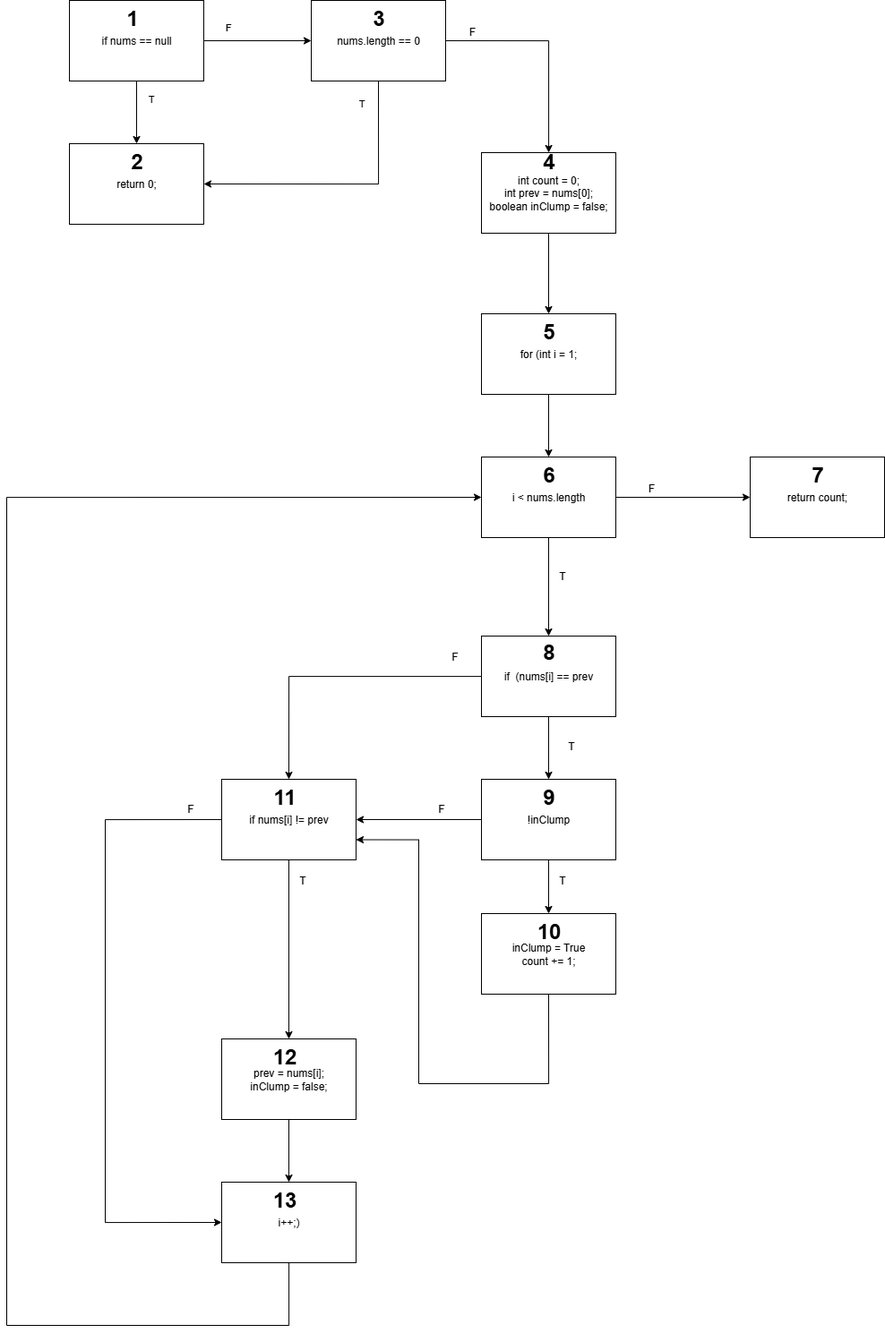
Above: Lab7/CFG.png in Nezuccho/lab_cp353201 (draw.io), before the change. Source tidied: cells renumbered, new cells last; positions are measured from the earlier drawing's top-left corner, leaving out a move shared by most shapes.
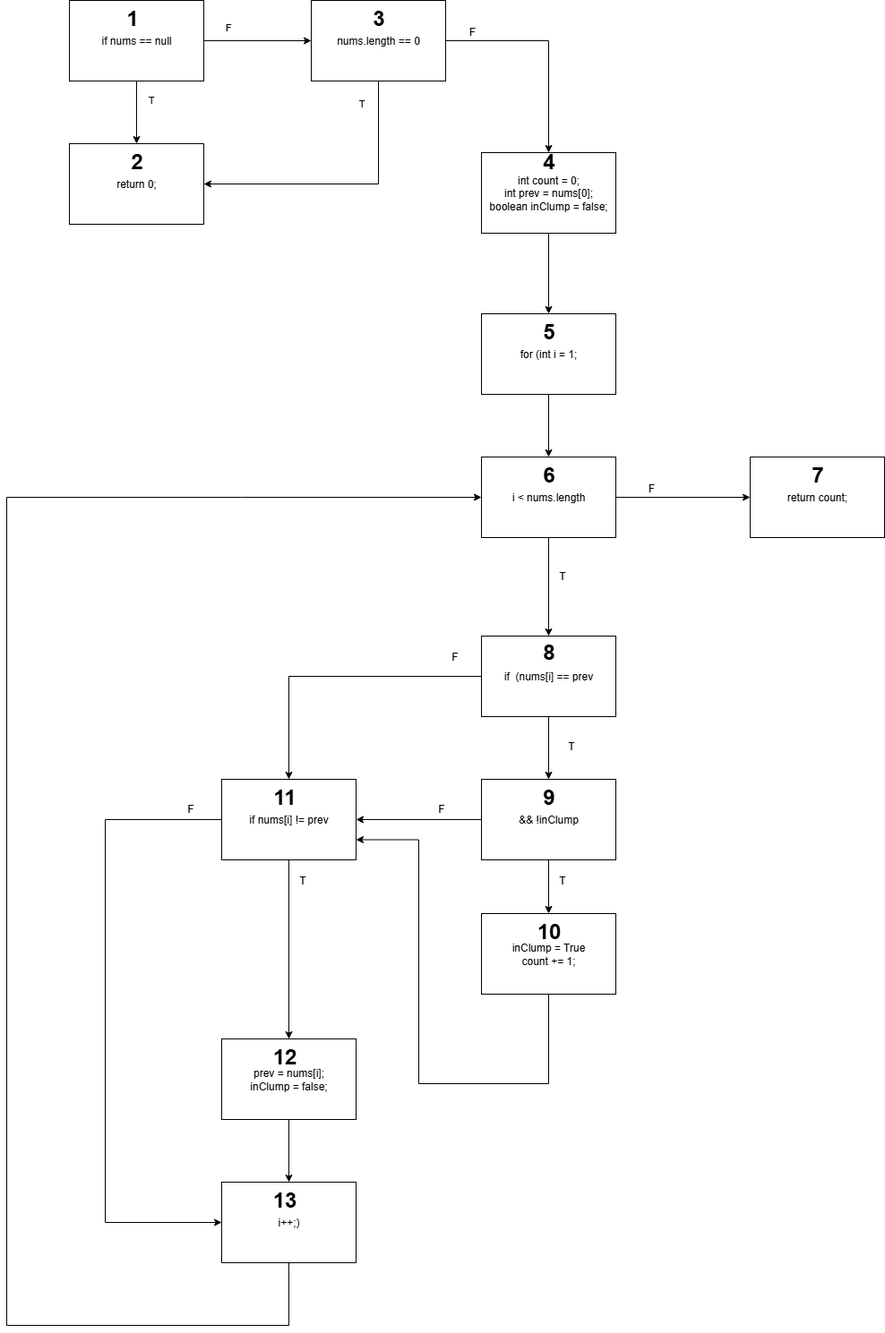
Later version of the same file.

Change to the diagram source:
```diff
@@ -86,7 +86,7 @@
     <mxCell id="27" style="edgeStyle=orthogonalEdgeStyle;rounded=0;jettySize=auto;html=1;entryX=1;entryY=0.5;entryDx=0;entryDy=0;" parent="1" edge="1" source="28" target="35">
       <mxGeometry relative="1" as="geometry" />
     </mxCell>
-    <mxCell id="28" value="!inClump" style="rounded=0;whiteSpace=wrap;html=1;" parent="1" vertex="1">
+    <mxCell id="28" value="&amp;amp;&amp;amp; !inClump" style="rounded=0;whiteSpace=wrap;html=1;" parent="1" vertex="1">
       <mxGeometry x="530" y="870" width="150" height="90" as="geometry" />
     </mxCell>
     <mxCell id="29" value="T" style="text;html=1;align=center;verticalAlign=middle;strokeColor=none;fillColor=none;" parent="1" vertex="1">
```
